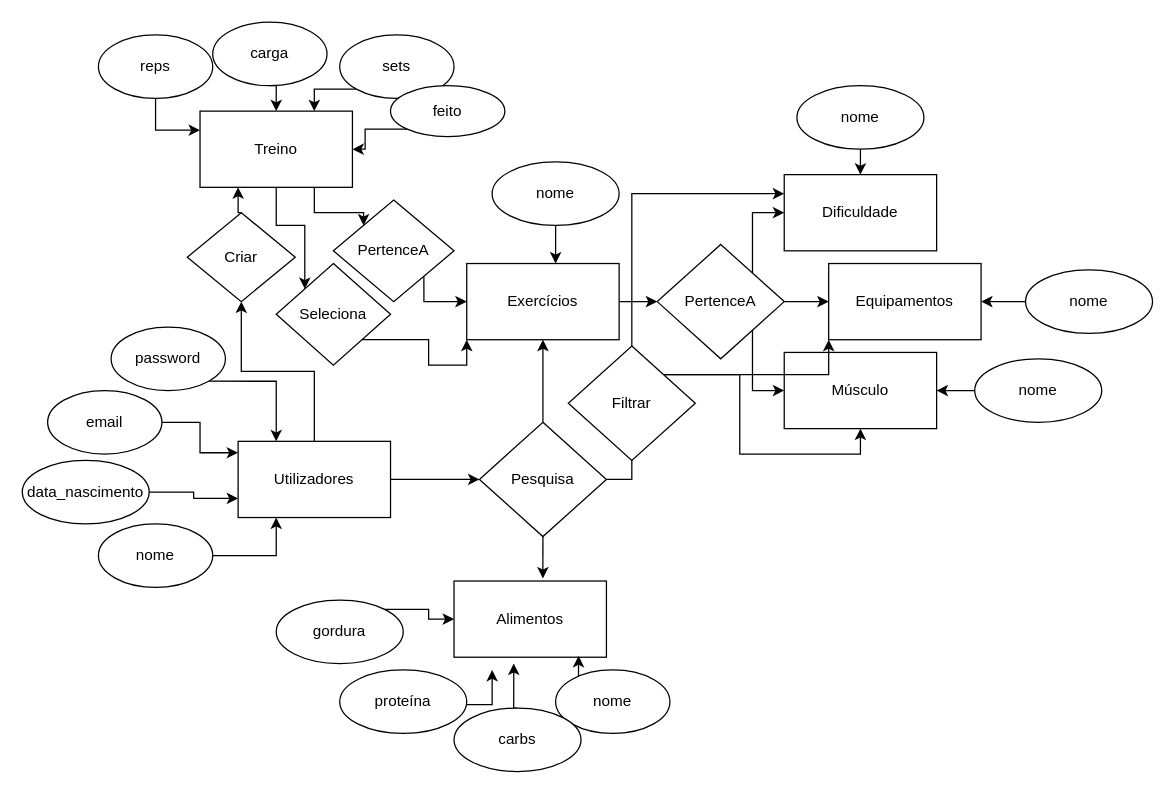
The draw.io diagram docs/BrowseMuscle.drawio in tskxz/BrowseMuscle, before the edit. Source tidied: cells renumbered, new cells numbered last; positions are measured from the earlier drawing's top-left corner, leaving out a move shared by most shapes. Both pictures are drawn from the tidied source at 127%, with x=0, y=0 at pixel (22, 22).
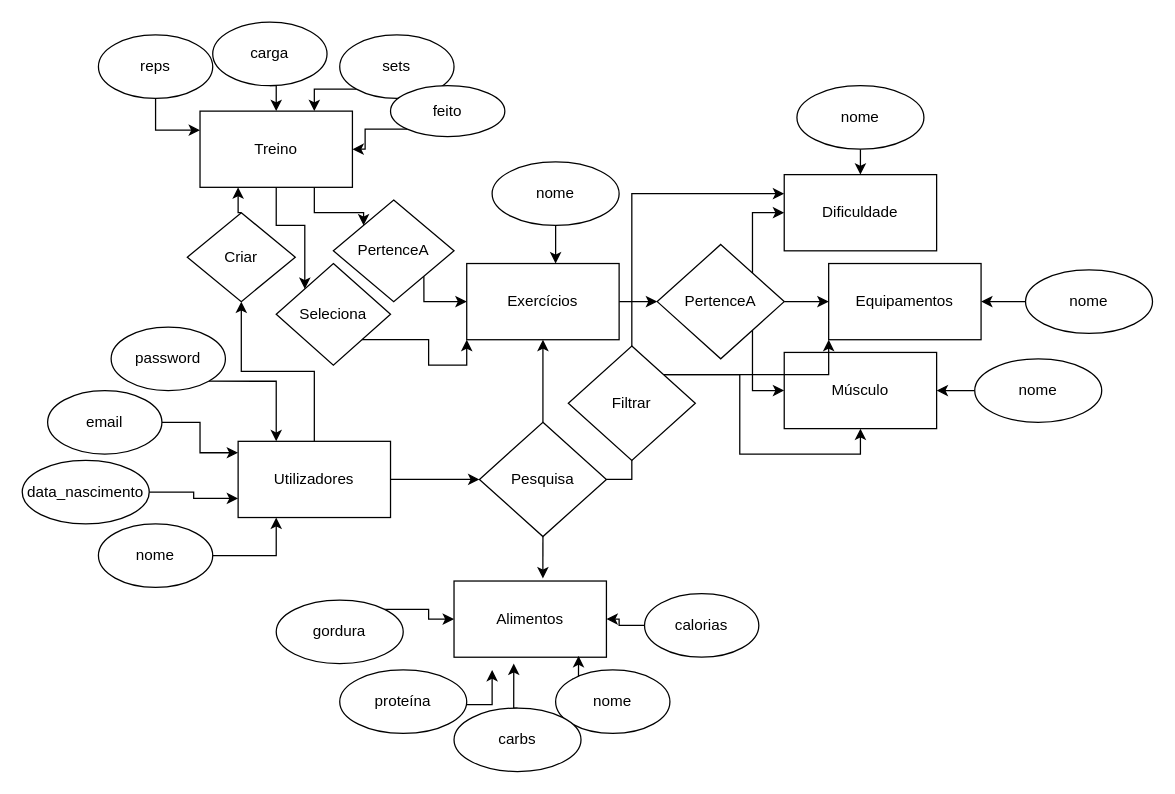
Above is the later version.

Unchanged cells that the change refers to:
```xml
<mxCell id="22" value="Alimentos" style="rounded=0;whiteSpace=wrap;html=1;" parent="1" vertex="1">
  <mxGeometry x="340" y="440" width="120" height="60" as="geometry" />
</mxCell>
```

Change to the diagram source:
```diff
@@
+    <mxCell id="64" style="edgeStyle=orthogonalEdgeStyle;rounded=0;jettySize=auto;html=1;exitX=0;exitY=0.5;exitDx=0;exitDy=0;" parent="1" edge="1" source="65" target="22">
+      <mxGeometry relative="1" as="geometry" />
+    </mxCell>
+    <mxCell id="65" value="calorias" style="ellipse;whiteSpace=wrap;html=1;" parent="1" vertex="1">
+      <mxGeometry x="490" y="450" width="90" height="50" as="geometry" />
+    </mxCell>
```
